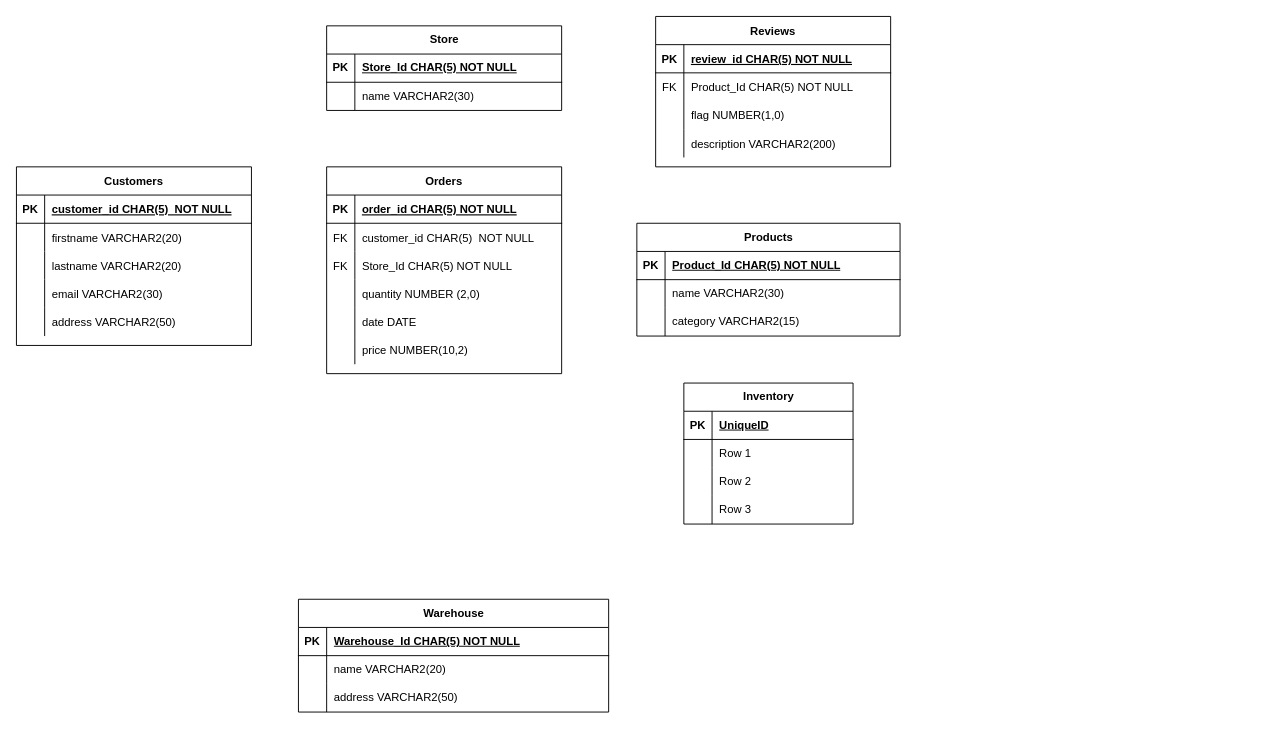
Earlier version of the draw.io diagram SQL/ERD.drawio (mperusse21/SuperstoreSimulation). Source tidied: cells renumbered, new cells numbered last; positions are measured from the earlier drawing's top-left corner, leaving out a move shared by most shapes. Both pictures are drawn from the tidied source at 94%, with x=0, y=0 at pixel (16, 16).
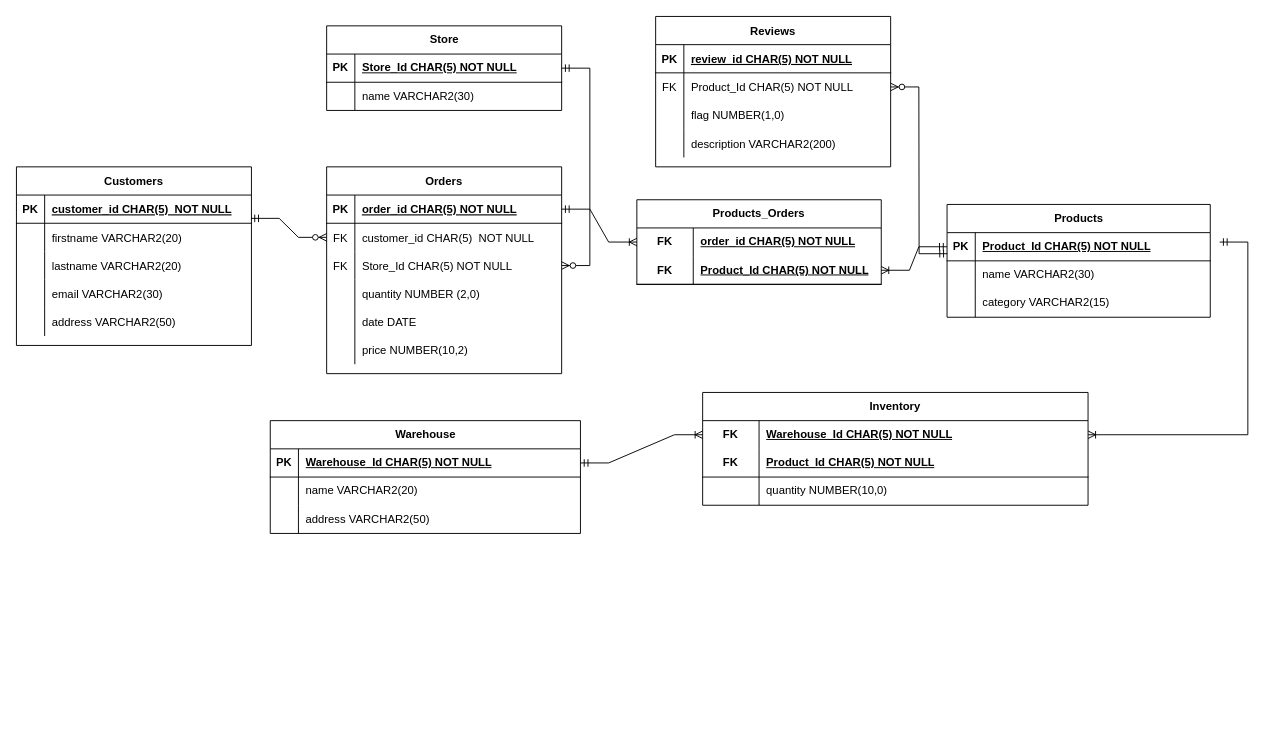
Above is the later version.

Unchanged cells that the change refers to:
```xml
<mxCell id="3" style="shape=partialRectangle;fillColor=none;points=[[0,0.5],[1,0.5]];portConstraint=eastwest;top=0;left=0;right=0;bottom=1;" parent="2" vertex="1">
  <mxGeometry y="30" width="250" height="30" as="geometry" />
</mxCell>
<mxCell id="6" style="shape=partialRectangle;fillColor=none;points=[[0,0.5],[1,0.5]];portConstraint=eastwest;top=0;left=0;right=0;bottom=0;" parent="2" vertex="1">
  <mxGeometry y="60" width="250" height="30" as="geometry" />
</mxCell>
<mxCell id="9" style="shape=partialRectangle;fillColor=none;points=[[0,0.5],[1,0.5]];portConstraint=eastwest;top=0;left=0;right=0;bottom=0;" parent="2" vertex="1">
  <mxGeometry y="90" width="250" height="30" as="geometry" />
</mxCell>
<mxCell id="25" style="shape=partialRectangle;fillColor=none;points=[[0,0.5],[1,0.5]];portConstraint=eastwest;top=0;left=0;right=0;bottom=0;" parent="21" vertex="1">
  <mxGeometry y="60" width="250" height="30" as="geometry" />
</mxCell>
<mxCell id="35" style="shape=partialRectangle;fillColor=none;points=[[0,0.5],[1,0.5]];portConstraint=eastwest;top=0;left=0;right=0;bottom=1;" parent="34" vertex="1">
  <mxGeometry y="30" width="250" height="30" as="geometry" />
</mxCell>
<mxCell id="51" style="shape=tableRow;horizontal=0;startSize=0;swimlaneHead=0;swimlaneBody=0;fillColor=none;points=[[0,0.5],[1,0.5]];portConstraint=eastwest;top=0;left=0;right=0;bottom=1;" parent="50" vertex="1">
  <mxGeometry y="30" width="250" height="30" as="geometry" />
</mxCell>
<mxCell id="71" style="shape=tableRow;horizontal=0;startSize=0;swimlaneHead=0;swimlaneBody=0;fillColor=none;points=[[0,0.5],[1,0.5]];portConstraint=eastwest;top=0;left=0;right=0;bottom=1;" parent="70" vertex="1">
  <mxGeometry y="30" width="280" height="30" as="geometry" />
</mxCell>
<mxCell id="81" style="shape=tableRow;horizontal=0;startSize=0;swimlaneHead=0;swimlaneBody=0;fillColor=none;points=[[0,0.5],[1,0.5]];portConstraint=eastwest;top=0;left=0;right=0;bottom=1;" parent="80" vertex="1">
  <mxGeometry y="30" width="330" height="30" as="geometry" />
</mxCell>
```

The edit, as a diff of the source:
```diff
@@
-    <mxCell id="57" value="Inventory" style="shape=table;startSize=30;childLayout=tableLayout;rowLines=0;fontStyle=1;align=center;html=1;" parent="1" vertex="1">
-      <mxGeometry x="710" y="390" width="180" height="150" as="geometry" />
-    </mxCell>
-    <mxCell id="58" style="shape=tableRow;horizontal=0;startSize=0;swimlaneHead=0;swimlaneBody=0;fillColor=none;top=0;left=0;right=0;bottom=1;" parent="57" vertex="1">
-      <mxGeometry y="30" width="180" height="30" as="geometry" />
-    </mxCell>
-    <mxCell id="59" value="PK" style="shape=partialRectangle;fillColor=none;top=0;left=0;bottom=0;right=0;fontStyle=1;overflow=hidden;whiteSpace=wrap;html=1;" parent="58" vertex="1">
-      <mxGeometry width="30" height="30" as="geometry" />
-    </mxCell>
-    <mxCell id="60" value="UniqueID" style="shape=partialRectangle;fillColor=none;top=0;left=0;bottom=0;right=0;align=left;spacingLeft=6;fontStyle=5;overflow=hidden;whiteSpace=wrap;html=1;" parent="58" vertex="1">
-      <mxGeometry x="30" width="150" height="30" as="geometry" />
-    </mxCell>
-    <mxCell id="61" style="shape=tableRow;horizontal=0;startSize=0;swimlaneHead=0;swimlaneBody=0;fillColor=none;top=0;left=0;right=0;bottom=0;" parent="57" vertex="1">
-      <mxGeometry y="60" width="180" height="30" as="geometry" />
-    </mxCell>
-    <mxCell id="62" style="shape=partialRectangle;fillColor=none;top=0;left=0;bottom=0;right=0;overflow=hidden;whiteSpace=wrap;html=1;" parent="61" vertex="1">
-      <mxGeometry width="30" height="30" as="geometry" />
-    </mxCell>
-    <mxCell id="63" value="Row 1" style="shape=partialRectangle;fillColor=none;top=0;left=0;bottom=0;right=0;align=left;spacingLeft=6;overflow=hidden;whiteSpace=wrap;html=1;" parent="61" vertex="1">
-      <mxGeometry x="30" width="150" height="30" as="geometry" />
-    </mxCell>
-    <mxCell id="64" style="shape=tableRow;horizontal=0;startSize=0;swimlaneHead=0;swimlaneBody=0;fillColor=none;top=0;left=0;right=0;bottom=0;" parent="57" vertex="1">
-      <mxGeometry y="90" width="180" height="30" as="geometry" />
-    </mxCell>
-    <mxCell id="65" style="shape=partialRectangle;fillColor=none;top=0;left=0;bottom=0;right=0;overflow=hidden;whiteSpace=wrap;html=1;" parent="64" vertex="1">
-      <mxGeometry width="30" height="30" as="geometry" />
-    </mxCell>
-    <mxCell id="66" value="Row 2" style="shape=partialRectangle;fillColor=none;top=0;left=0;bottom=0;right=0;align=left;spacingLeft=6;overflow=hidden;whiteSpace=wrap;html=1;" parent="64" vertex="1">
-      <mxGeometry x="30" width="150" height="30" as="geometry" />
-    </mxCell>
-    <mxCell id="67" style="shape=tableRow;horizontal=0;startSize=0;swimlaneHead=0;swimlaneBody=0;fillColor=none;top=0;left=0;right=0;bottom=0;" parent="57" vertex="1">
-      <mxGeometry y="120" width="180" height="30" as="geometry" />
-    </mxCell>
-    <mxCell id="68" style="shape=partialRectangle;fillColor=none;top=0;left=0;bottom=0;right=0;overflow=hidden;whiteSpace=wrap;html=1;" parent="67" vertex="1">
-      <mxGeometry width="30" height="30" as="geometry" />
-    </mxCell>
-    <mxCell id="69" value="Row 3" style="shape=partialRectangle;fillColor=none;top=0;left=0;bottom=0;right=0;align=left;spacingLeft=6;overflow=hidden;whiteSpace=wrap;html=1;" parent="67" vertex="1">
-      <mxGeometry x="30" width="150" height="30" as="geometry" />
-    </mxCell>
     <mxCell id="70" value="Products" style="shape=table;startSize=30;childLayout=tableLayout;rowLines=0;fontStyle=1;align=center;html=1;" parent="1" vertex="1">
-      <mxGeometry x="660" y="220" width="280" height="120" as="geometry" />
+      <mxGeometry x="990" y="200" width="280" height="120" as="geometry" />
     </mxCell>
@@
     <mxCell id="80" value="Warehouse" style="shape=table;startSize=30;childLayout=tableLayout;rowLines=0;fontStyle=1;align=center;html=1;" parent="1" vertex="1">
-      <mxGeometry x="300" y="620" width="330" height="120" as="geometry" />
+      <mxGeometry x="270" y="430" width="330" height="120" as="geometry" />
     </mxCell>
@@
+    <mxCell id="90" value="Products_Orders" style="shape=table;startSize=30;childLayout=tableLayout;rowLines=0;fontStyle=1;align=center;html=1;whiteSpace=wrap;" parent="1" vertex="1">
+      <mxGeometry x="660" y="195" width="260" height="90" as="geometry" />
+    </mxCell>
+    <mxCell id="91" style="shape=tableRow;horizontal=0;startSize=0;swimlaneHead=0;swimlaneBody=0;fillColor=none;points=[[0,0.5],[1,0.5]];portConstraint=eastwest;top=0;left=0;right=0;bottom=0;html=1;" parent="90" vertex="1">
+      <mxGeometry y="30" width="260" height="30" as="geometry" />
+    </mxCell>
+    <mxCell id="92" value="FK" style="shape=partialRectangle;fillColor=none;top=0;left=0;bottom=0;right=0;fontStyle=1;overflow=hidden;html=1;whiteSpace=wrap;" parent="91" vertex="1">
+      <mxGeometry width="60" height="30" as="geometry" />
+    </mxCell>
+    <mxCell id="93" value="order_id CHAR(5) NOT NULL" style="shape=partialRectangle;fillColor=none;top=0;left=0;bottom=0;right=0;align=left;spacingLeft=6;fontStyle=5;overflow=hidden;html=1;whiteSpace=wrap;" parent="91" vertex="1">
+      <mxGeometry x="60" width="200" height="30" as="geometry" />
+    </mxCell>
+    <mxCell id="94" style="shape=tableRow;horizontal=0;startSize=0;swimlaneHead=0;swimlaneBody=0;fillColor=none;points=[[0,0.5],[1,0.5]];portConstraint=eastwest;top=0;left=0;right=0;bottom=1;html=1;" parent="90" vertex="1">
+      <mxGeometry y="60" width="260" height="30" as="geometry" />
+    </mxCell>
+    <mxCell id="95" value="FK" style="shape=partialRectangle;fillColor=none;top=0;left=0;bottom=0;right=0;fontStyle=1;overflow=hidden;html=1;whiteSpace=wrap;" parent="94" vertex="1">
+      <mxGeometry width="60" height="30" as="geometry" />
+    </mxCell>
+    <mxCell id="96" value="Product_Id CHAR(5) NOT NULL" style="shape=partialRectangle;fillColor=none;top=0;left=0;bottom=0;right=0;align=left;spacingLeft=6;fontStyle=5;overflow=hidden;html=1;whiteSpace=wrap;" parent="94" vertex="1">
+      <mxGeometry x="60" width="200" height="30" as="geometry" />
+    </mxCell>
+    <mxCell id="57" value="Inventory" style="shape=table;startSize=30;childLayout=tableLayout;rowLines=0;fontStyle=1;align=center;html=1;whiteSpace=wrap;" parent="1" vertex="1">
+      <mxGeometry x="730" y="400" width="410" height="120" as="geometry" />
+    </mxCell>
+    <mxCell id="97" style="shape=tableRow;horizontal=0;startSize=0;swimlaneHead=0;swimlaneBody=0;fillColor=none;points=[[0,0.5],[1,0.5]];portConstraint=eastwest;top=0;left=0;right=0;bottom=0;html=1;" parent="57" vertex="1">
+      <mxGeometry y="30" width="410" height="30" as="geometry" />
+    </mxCell>
+    <mxCell id="98" value="FK" style="shape=partialRectangle;fillColor=none;top=0;left=0;bottom=0;right=0;fontStyle=1;overflow=hidden;html=1;whiteSpace=wrap;" parent="97" vertex="1">
+      <mxGeometry width="60" height="30" as="geometry" />
+    </mxCell>
+    <mxCell id="99" value="Warehouse_Id CHAR(5) NOT NULL" style="shape=partialRectangle;fillColor=none;top=0;left=0;bottom=0;right=0;align=left;spacingLeft=6;fontStyle=5;overflow=hidden;html=1;whiteSpace=wrap;" parent="97" vertex="1">
+      <mxGeometry x="60" width="350" height="30" as="geometry" />
+    </mxCell>
+    <mxCell id="100" style="shape=tableRow;horizontal=0;startSize=0;swimlaneHead=0;swimlaneBody=0;fillColor=none;top=0;left=0;right=0;bottom=1;html=1;" parent="57" vertex="1">
+      <mxGeometry y="60" width="410" height="30" as="geometry" />
+    </mxCell>
+    <mxCell id="101" value="FK" style="shape=partialRectangle;fillColor=none;top=0;left=0;bottom=0;right=0;fontStyle=1;overflow=hidden;html=1;whiteSpace=wrap;" parent="100" vertex="1">
+      <mxGeometry width="60" height="30" as="geometry" />
+    </mxCell>
+    <mxCell id="102" value="Product_Id CHAR(5) NOT NULL" style="shape=partialRectangle;fillColor=none;top=0;left=0;bottom=0;right=0;align=left;spacingLeft=6;fontStyle=5;overflow=hidden;html=1;whiteSpace=wrap;" parent="100" vertex="1">
+      <mxGeometry x="60" width="350" height="30" as="geometry" />
+    </mxCell>
+    <mxCell id="103" style="shape=tableRow;horizontal=0;startSize=0;swimlaneHead=0;swimlaneBody=0;fillColor=none;top=0;left=0;right=0;bottom=0;html=1;" parent="57" vertex="1">
+      <mxGeometry y="90" width="410" height="30" as="geometry" />
+    </mxCell>
+    <mxCell id="104" style="shape=partialRectangle;fillColor=none;top=0;left=0;bottom=0;right=0;overflow=hidden;html=1;whiteSpace=wrap;" parent="103" vertex="1">
+      <mxGeometry width="60" height="30" as="geometry" />
+    </mxCell>
+    <mxCell id="105" value="quantity NUMBER(10,0)" style="shape=partialRectangle;fillColor=none;top=0;left=0;bottom=0;right=0;align=left;spacingLeft=6;overflow=hidden;html=1;whiteSpace=wrap;" parent="103" vertex="1">
+      <mxGeometry x="60" width="350" height="30" as="geometry" />
+    </mxCell>
+    <mxCell id="106" style="edgeStyle=entityRelationEdgeStyle;fontSize=12;html=1;endArrow=ERzeroToMany;startArrow=ERmandOne;rounded=0;exitX=0.998;exitY=0.827;exitDx=0;exitDy=0;exitPerimeter=0;entryX=0;entryY=0.5;entryDx=0;entryDy=0;" parent="1" edge="1" source="35" target="6">
+      <mxGeometry relative="1" as="geometry" />
+    </mxCell>
+    <mxCell id="107" style="edgeStyle=entityRelationEdgeStyle;fontSize=12;html=1;endArrow=ERoneToMany;startArrow=ERmandOne;rounded=0;exitX=1;exitY=0.5;exitDx=0;exitDy=0;entryX=0;entryY=0.5;entryDx=0;entryDy=0;" parent="1" edge="1" source="3" target="91">
+      <mxGeometry relative="1" as="geometry" />
+    </mxCell>
+    <mxCell id="108" style="edgeStyle=entityRelationEdgeStyle;fontSize=12;html=1;endArrow=ERoneToMany;startArrow=ERmandOne;rounded=0;exitX=0;exitY=0.5;exitDx=0;exitDy=0;entryX=1;entryY=0.5;entryDx=0;entryDy=0;" parent="1" edge="1" source="71" target="94">
+      <mxGeometry relative="1" as="geometry" />
+    </mxCell>
+    <mxCell id="109" style="edgeStyle=entityRelationEdgeStyle;fontSize=12;html=1;endArrow=ERzeroToMany;startArrow=ERmandOne;rounded=0;exitX=1;exitY=0.5;exitDx=0;exitDy=0;entryX=1;entryY=0.5;entryDx=0;entryDy=0;" parent="1" edge="1" source="51" target="9">
+      <mxGeometry relative="1" as="geometry" />
+    </mxCell>
+    <mxCell id="110" style="edgeStyle=entityRelationEdgeStyle;fontSize=12;html=1;endArrow=ERzeroToMany;startArrow=ERmandOne;rounded=0;exitX=0.001;exitY=0.747;exitDx=0;exitDy=0;entryX=1;entryY=0.5;entryDx=0;entryDy=0;exitPerimeter=0;" parent="1" edge="1" source="71" target="25">
+      <mxGeometry relative="1" as="geometry" />
+    </mxCell>
+    <mxCell id="111" style="edgeStyle=entityRelationEdgeStyle;fontSize=12;html=1;endArrow=ERoneToMany;startArrow=ERmandOne;rounded=0;exitX=1;exitY=0.5;exitDx=0;exitDy=0;entryX=0;entryY=0.5;entryDx=0;entryDy=0;" parent="1" edge="1" source="81" target="97">
+      <mxGeometry relative="1" as="geometry" />
+    </mxCell>
+    <mxCell id="112" style="edgeStyle=entityRelationEdgeStyle;fontSize=12;html=1;endArrow=ERoneToMany;startArrow=ERmandOne;rounded=0;entryX=1;entryY=0.5;entryDx=0;entryDy=0;" parent="1" edge="1" target="97">
+      <mxGeometry relative="1" as="geometry">
+        <mxPoint x="1280" y="240" as="sourcePoint" />
+      </mxGeometry>
+    </mxCell>
```
